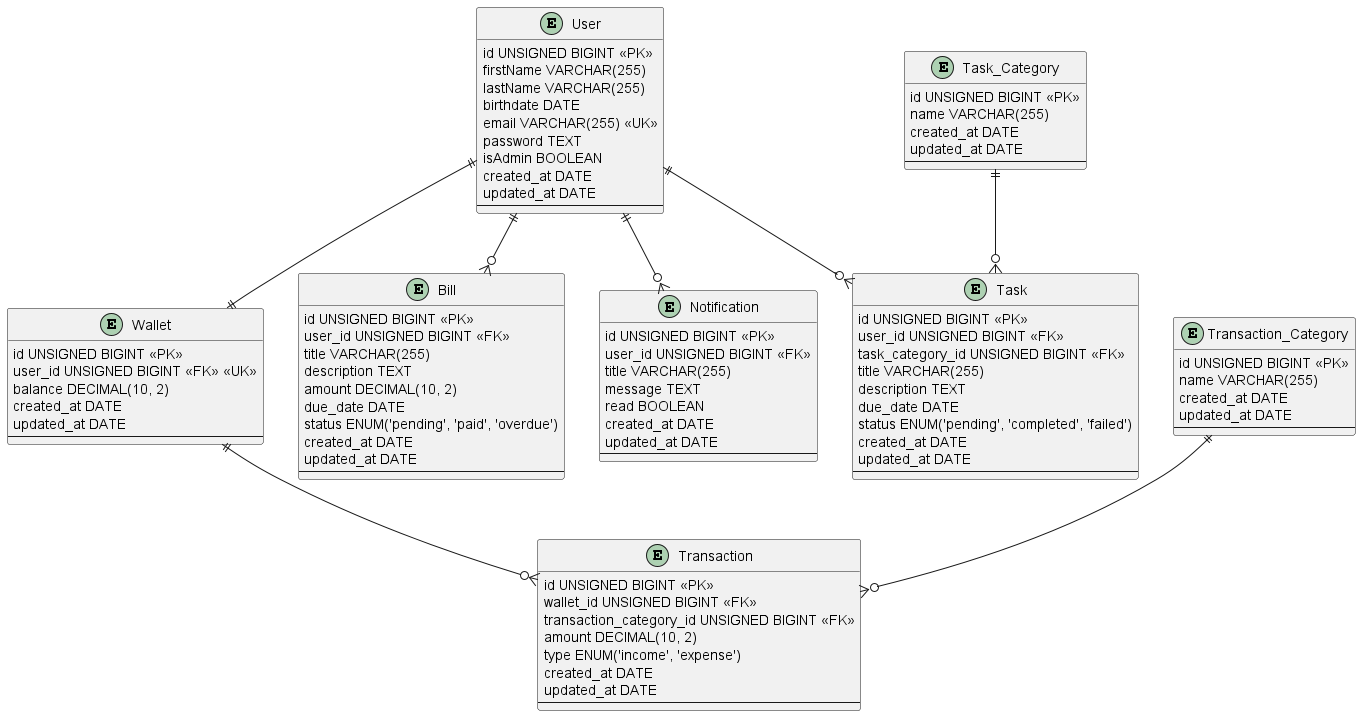
Before: database/design/DER.png, a diagram exported from PlantUML (augusto-dmh/your-guardian). Source of this version:
```plantuml
@startuml DER

entity User {
    id UNSIGNED BIGINT <<PK>>
    firstName VARCHAR(255)
    lastName VARCHAR(255)
    birthdate DATE
    email VARCHAR(255) <<UK>>
    password TEXT
    isAdmin BOOLEAN
    created_at DATE
    updated_at DATE
    --
}

entity Wallet {
    id UNSIGNED BIGINT <<PK>>
    user_id UNSIGNED BIGINT <<FK>> <<UK>>
    balance DECIMAL(10, 2)
    created_at DATE
    updated_at DATE
    --
}

entity Transaction {
    id UNSIGNED BIGINT <<PK>>
    wallet_id UNSIGNED BIGINT <<FK>>
    transaction_category_id UNSIGNED BIGINT <<FK>>
    amount DECIMAL(10, 2)
    type ENUM('income', 'expense')
    created_at DATE
    updated_at DATE
    --
}

entity Bill {
    id UNSIGNED BIGINT <<PK>>
    user_id UNSIGNED BIGINT <<FK>>
    title VARCHAR(255)
    description TEXT
    amount DECIMAL(10, 2)
    due_date DATE
    status ENUM('pending', 'paid', 'overdue')
    created_at DATE
    updated_at DATE
    --
}

entity Notification {
    id UNSIGNED BIGINT <<PK>>
    user_id UNSIGNED BIGINT <<FK>>
    title VARCHAR(255)
    message TEXT
    read BOOLEAN
    created_at DATE
    updated_at DATE
    --
}

entity Task {
    id UNSIGNED BIGINT <<PK>>
    user_id UNSIGNED BIGINT <<FK>>
    task_category_id UNSIGNED BIGINT <<FK>>
    title VARCHAR(255)
    description TEXT
    due_date DATE
    status ENUM('pending', 'completed', 'failed')
    created_at DATE
    updated_at DATE
    --
}

entity Transaction_Category {
    id UNSIGNED BIGINT <<PK>>
    name VARCHAR(255)
    created_at DATE
    updated_at DATE
    --
}

entity Task_Category {
    id UNSIGNED BIGINT <<PK>>
    name VARCHAR(255)
    created_at DATE
    updated_at DATE
    --
}


User ||--|| Wallet
Wallet ||--o{ Transaction
User ||--o{ Bill
User ||--o{ Notification
User ||--o{ Task
Task_Category ||--o{ Task
Transaction_Category ||--o{ Transaction

@enduml
```
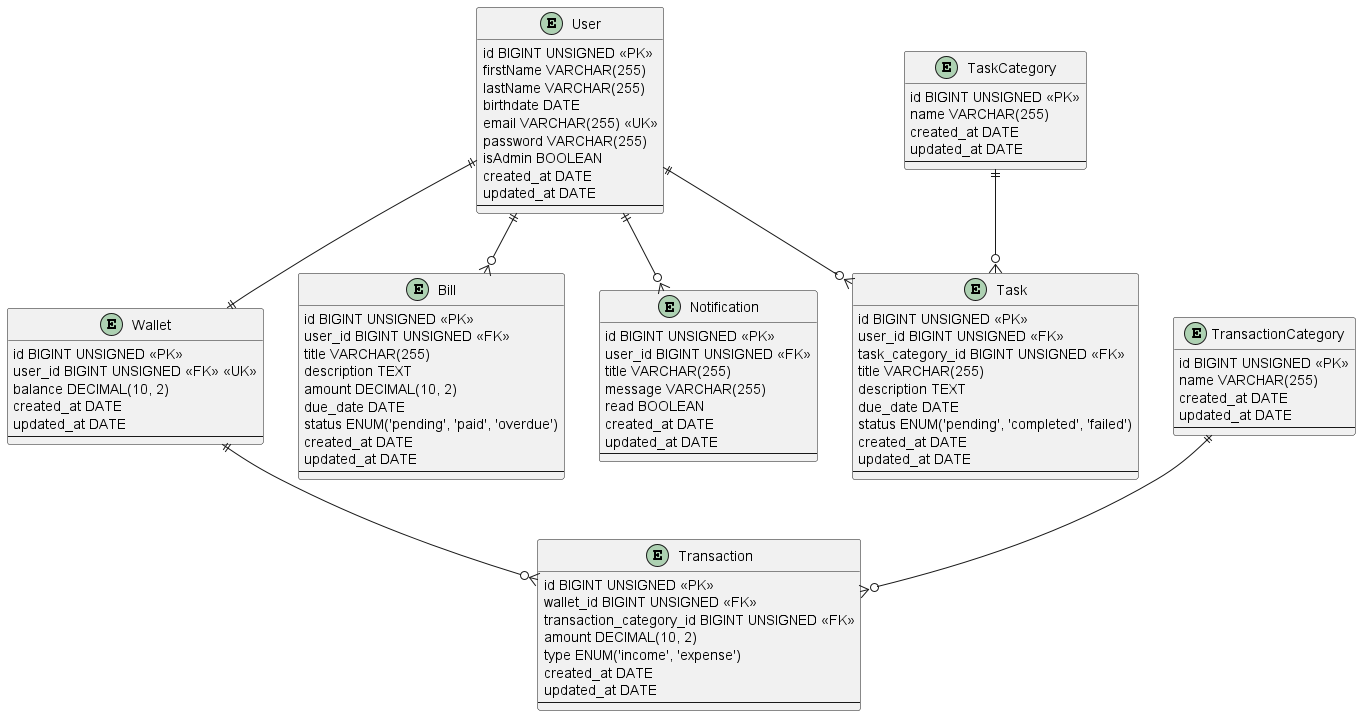
The same file after the commit.

What changed in the source:
```diff
@@ -1,12 +1,12 @@
 @startuml DER
 
 entity User {
-    id UNSIGNED BIGINT <<PK>>
+    id BIGINT UNSIGNED <<PK>>
     firstName VARCHAR(255)
     lastName VARCHAR(255)
     birthdate DATE
     email VARCHAR(255) <<UK>>
-    password TEXT
+    password VARCHAR(255)
     isAdmin BOOLEAN
     created_at DATE
     updated_at DATE
@@ -14,8 +14,8 @@
 }
 
 entity Wallet {
-    id UNSIGNED BIGINT <<PK>>
-    user_id UNSIGNED BIGINT <<FK>> <<UK>>
+    id BIGINT UNSIGNED <<PK>>
+    user_id BIGINT UNSIGNED <<FK>> <<UK>>
     balance DECIMAL(10, 2)
     created_at DATE
     updated_at DATE
@@ -23,9 +23,9 @@
 }
 
 entity Transaction {
-    id UNSIGNED BIGINT <<PK>>
-    wallet_id UNSIGNED BIGINT <<FK>>
-    transaction_category_id UNSIGNED BIGINT <<FK>>
+    id BIGINT UNSIGNED <<PK>>
+    wallet_id BIGINT UNSIGNED <<FK>>
+    transaction_category_id BIGINT UNSIGNED <<FK>>
     amount DECIMAL(10, 2)
     type ENUM('income', 'expense')
     created_at DATE
@@ -34,8 +34,8 @@
 }
 
 entity Bill {
-    id UNSIGNED BIGINT <<PK>>
-    user_id UNSIGNED BIGINT <<FK>>
+    id BIGINT UNSIGNED <<PK>>
+    user_id BIGINT UNSIGNED <<FK>>
     title VARCHAR(255)
     description TEXT
     amount DECIMAL(10, 2)
@@ -47,10 +47,10 @@
 }
 
 entity Notification {
-    id UNSIGNED BIGINT <<PK>>
-    user_id UNSIGNED BIGINT <<FK>>
+    id BIGINT UNSIGNED <<PK>>
+    user_id BIGINT UNSIGNED <<FK>>
     title VARCHAR(255)
-    message TEXT
+    message VARCHAR(255)
     read BOOLEAN
     created_at DATE
     updated_at DATE
@@ -58,9 +58,9 @@
 }
 
 entity Task {
-    id UNSIGNED BIGINT <<PK>>
-    user_id UNSIGNED BIGINT <<FK>>
-    task_category_id UNSIGNED BIGINT <<FK>>
+    id BIGINT UNSIGNED <<PK>>
+    user_id BIGINT UNSIGNED <<FK>>
+    task_category_id BIGINT UNSIGNED <<FK>>
     title VARCHAR(255)
     description TEXT
     due_date DATE
@@ -70,16 +70,16 @@
     --
 }
 
-entity Transaction_Category {
-    id UNSIGNED BIGINT <<PK>>
+entity TransactionCategory {
+    id BIGINT UNSIGNED <<PK>>
     name VARCHAR(255)
     created_at DATE
     updated_at DATE
     --
 }
 
-entity Task_Category {
-    id UNSIGNED BIGINT <<PK>>
+entity TaskCategory {
+    id BIGINT UNSIGNED <<PK>>
     name VARCHAR(255)
     created_at DATE
     updated_at DATE
@@ -92,7 +92,7 @@
 User ||--o{ Bill
 User ||--o{ Notification
 User ||--o{ Task
-Task_Category ||--o{ Task
-Transaction_Category ||--o{ Transaction
+TaskCategory ||--o{ Task
+TransactionCategory ||--o{ Transaction
 
 @enduml
```
